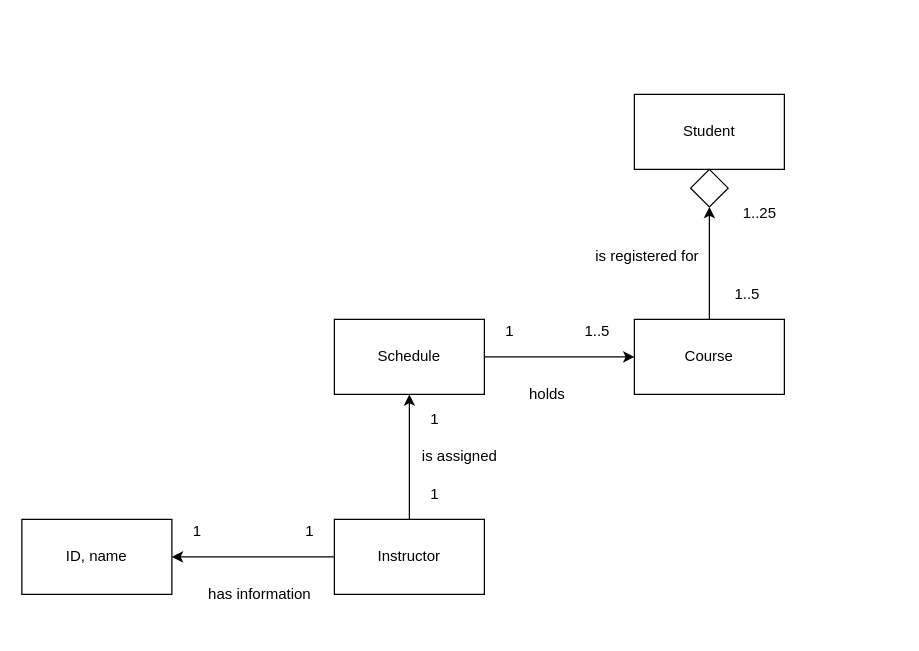
The draw.io diagram page "Instructor" (3 of 5) of class_diagrams.drawio in peterklem/CURSE, before the edit. Source tidied: cells renumbered, new cells numbered last; positions are measured from the earlier drawing's top-left corner, leaving out a move shared by most shapes. Both pictures are drawn from the tidied source at 125%, with x=0, y=0 at pixel (21, 94).
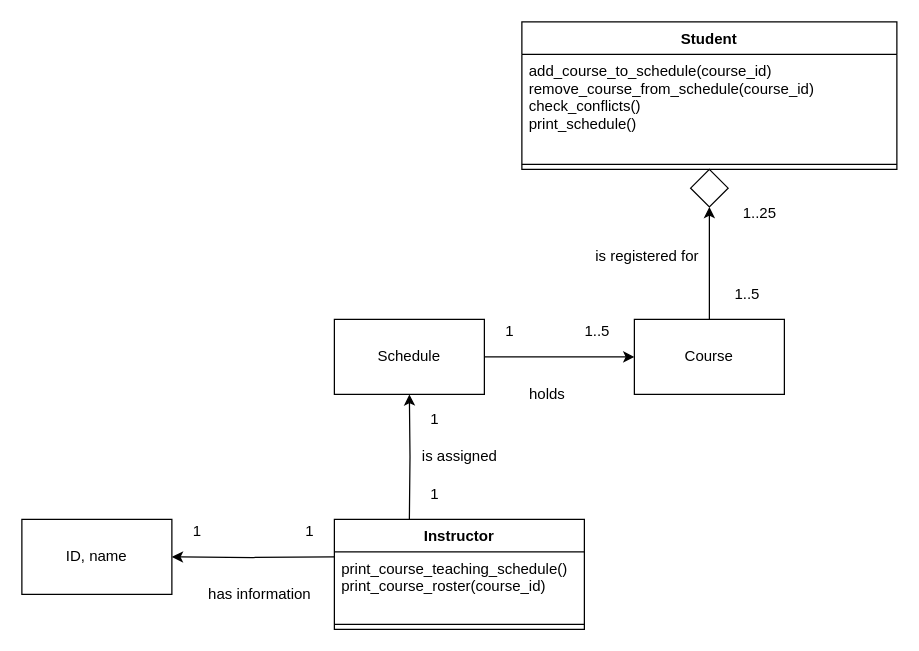
After the change.

The change refers to these unchanged cells:
```xml
<mxCell id="5" value="ID, name" style="rounded=0;whiteSpace=wrap;html=1;" parent="1" vertex="1">
  <mxGeometry y="340" width="120" height="60" as="geometry" />
</mxCell>
<mxCell id="9" value="Schedule" style="rounded=0;whiteSpace=wrap;html=1;" parent="1" vertex="1">
  <mxGeometry x="250" y="180" width="120" height="60" as="geometry" />
</mxCell>
```

The edit, as a diff of the source:
```diff
@@
-    <mxCell id="2" style="edgeStyle=orthogonalEdgeStyle;rounded=0;jettySize=auto;html=1;exitX=0;exitY=0.5;exitDx=0;exitDy=0;entryX=1;entryY=0.5;entryDx=0;entryDy=0;" parent="1" edge="1" source="4" target="5">
-      <mxGeometry relative="1" as="geometry" />
+    <mxCell id="2" style="edgeStyle=orthogonalEdgeStyle;rounded=0;jettySize=auto;html=1;exitX=0;exitY=0.5;exitDx=0;exitDy=0;entryX=1;entryY=0.5;entryDx=0;entryDy=0;" parent="1" edge="1" target="5">
+      <mxGeometry relative="1" as="geometry">
+        <mxPoint x="250" y="370" as="sourcePoint" />
+      </mxGeometry>
     </mxCell>
-    <mxCell id="3" style="edgeStyle=orthogonalEdgeStyle;rounded=0;jettySize=auto;html=1;exitX=0.5;exitY=0;exitDx=0;exitDy=0;entryX=0.5;entryY=1;entryDx=0;entryDy=0;" parent="1" edge="1" source="4" target="9">
-      <mxGeometry relative="1" as="geometry" />
+    <mxCell id="3" style="edgeStyle=orthogonalEdgeStyle;rounded=0;jettySize=auto;html=1;exitX=0.5;exitY=0;exitDx=0;exitDy=0;entryX=0.5;entryY=1;entryDx=0;entryDy=0;" parent="1" edge="1" target="9">
+      <mxGeometry relative="1" as="geometry">
+        <mxPoint x="310" y="340" as="sourcePoint" />
+      </mxGeometry>
     </mxCell>
-    <mxCell id="4" value="Instructor" style="rounded=0;whiteSpace=wrap;html=1;" parent="1" vertex="1">
-      <mxGeometry x="250" y="340" width="120" height="60" as="geometry" />
-    </mxCell>
@@
-    <mxCell id="16" value="Student" style="rounded=0;whiteSpace=wrap;html=1;" parent="1" vertex="1">
-      <mxGeometry x="490" width="120" height="60" as="geometry" />
-    </mxCell>
@@
+    <mxCell id="4" value="Instructor" style="swimlane;fontStyle=1;align=center;verticalAlign=top;horizontal=1;startSize=26;" parent="1" vertex="1">
+      <mxGeometry x="250" y="340" width="200" height="88" as="geometry" />
+    </mxCell>
+    <mxCell id="24" value="print_course_teaching_schedule()&#10;print_course_roster(course_id)" style="text;strokeColor=none;fillColor=none;align=left;verticalAlign=top;spacingLeft=4;spacingRight=4;overflow=hidden;" parent="4" vertex="1">
+      <mxGeometry y="26" width="200" height="54" as="geometry" />
+    </mxCell>
+    <mxCell id="25" style="line;strokeWidth=1;fillColor=none;align=left;verticalAlign=middle;spacingTop=-1;spacingLeft=3;spacingRight=3;labelPosition=right;" parent="4" vertex="1">
+      <mxGeometry y="80" width="200" height="8" as="geometry" />
+    </mxCell>
+    <mxCell id="16" value="Student" style="swimlane;fontStyle=1;align=center;verticalAlign=top;horizontal=1;startSize=26;" parent="1" vertex="1">
+      <mxGeometry x="400" y="-58" width="300" height="118" as="geometry" />
+    </mxCell>
+    <mxCell id="26" value="add_course_to_schedule(course_id)&#10;remove_course_from_schedule(course_id)&#10;check_conflicts()&#10;print_schedule()&#10;" style="text;strokeColor=none;fillColor=none;align=left;verticalAlign=top;spacingLeft=4;spacingRight=4;overflow=hidden;" parent="16" vertex="1">
+      <mxGeometry y="26" width="300" height="84" as="geometry" />
+    </mxCell>
+    <mxCell id="27" style="line;strokeWidth=1;fillColor=none;align=left;verticalAlign=middle;spacingTop=-1;spacingLeft=3;spacingRight=3;labelPosition=right;" parent="16" vertex="1">
+      <mxGeometry y="110" width="300" height="8" as="geometry" />
+    </mxCell>
```
